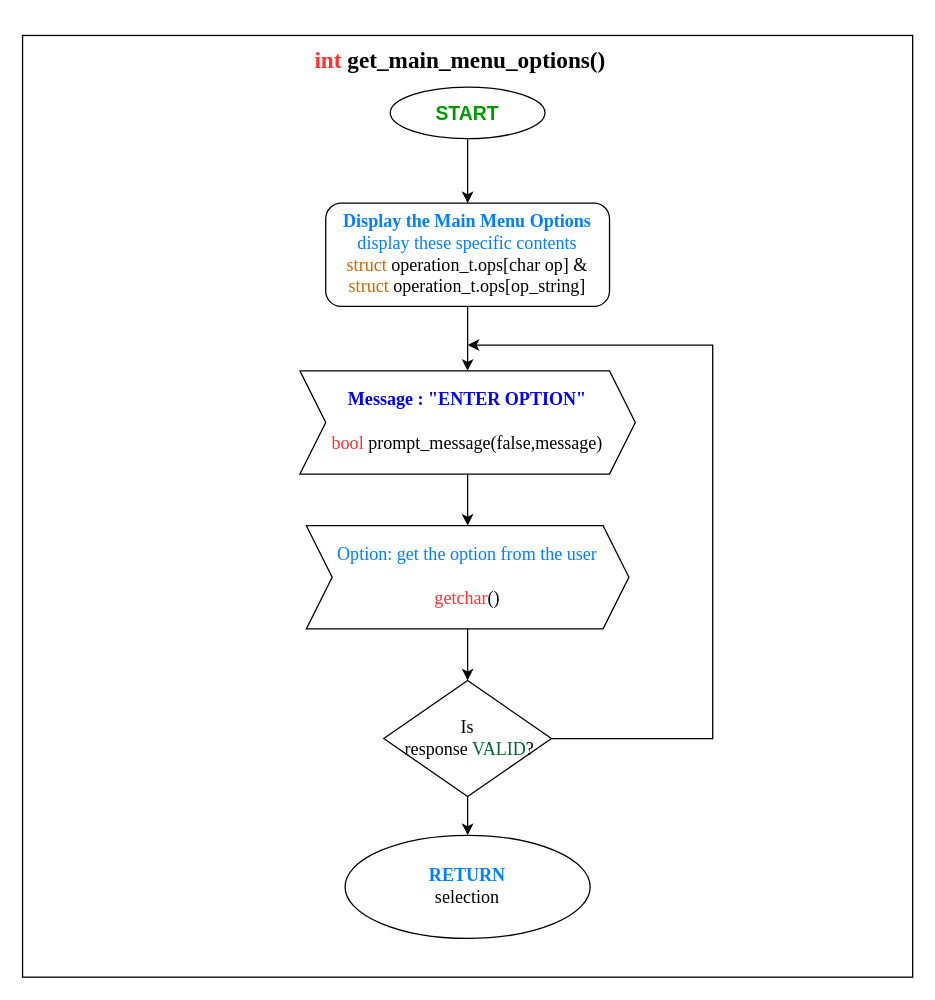
Above: page "Page-1" (1 of 2) of MONICA._flowchart_after_tsdone.drawio in francis-job/MONICA_Design-Analysis (draw.io), before the change. Source tidied: cells renumbered, new cells numbered last; positions are measured from the earlier drawing's top-left corner, leaving out a move shared by most shapes. Both pictures are drawn from the tidied source at 129%, with x=0, y=0 at pixel (22, 35).
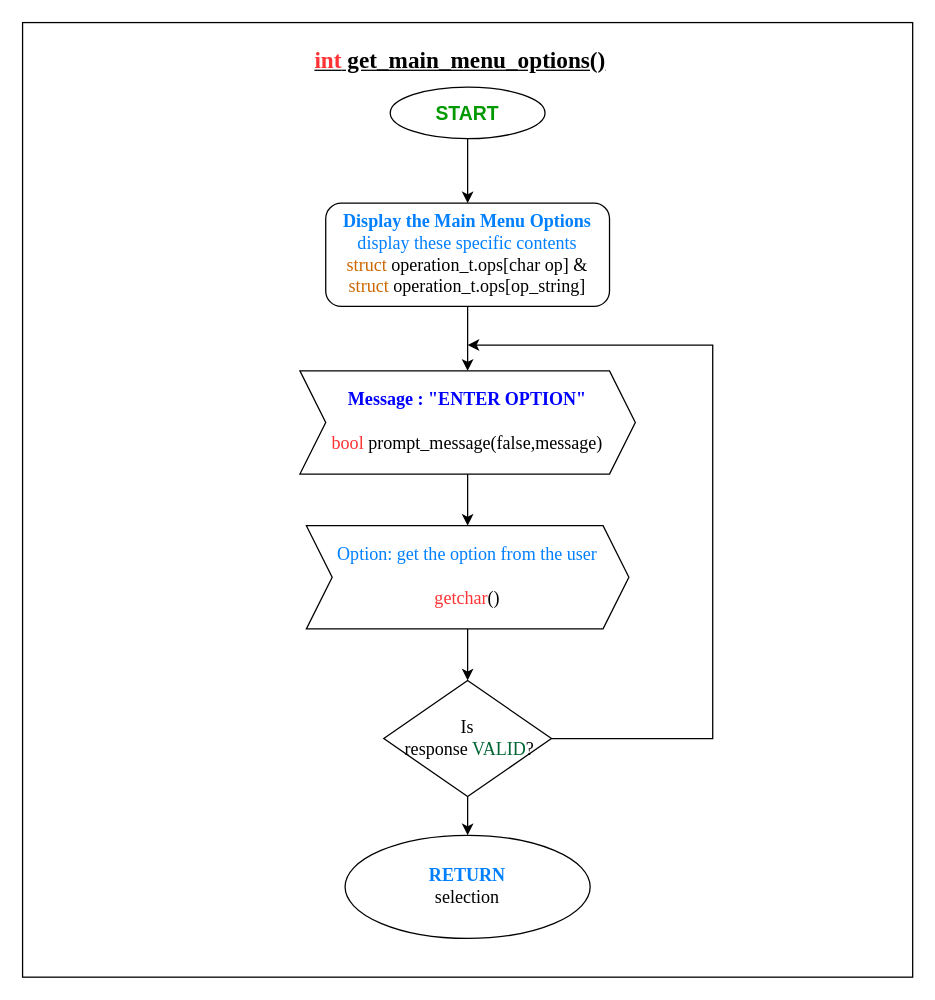
After the change.

Diff of the diagram source:
```diff
@@
 <mxGraphModel>
   <root>
     <mxCell id="0" />
     <mxCell id="1" parent="0" />
     <mxCell id="2" style="rounded=0;whiteSpace=wrap;html=1;" parent="1" vertex="1">
-      <mxGeometry width="690" height="730" as="geometry" />
+      <mxGeometry y="-10" width="690" height="740" as="geometry" />
     </mxCell>
     <mxCell id="3" style="edgeStyle=orthogonalEdgeStyle;rounded=0;jettySize=auto;html=1;exitX=0.5;exitY=1;exitDx=0;exitDy=0;entryX=0.5;entryY=0;entryDx=0;entryDy=0;" parent="1" edge="1" source="4">
       <mxGeometry relative="1" as="geometry">
         <mxPoint x="345" y="130" as="targetPoint" />
       </mxGeometry>
     </mxCell>
     <mxCell id="4" value="&lt;b&gt;&lt;font color=&quot;#009900&quot; style=&quot;font-size: 15px&quot;&gt;START&lt;/font&gt;&lt;/b&gt;" style="ellipse;whiteSpace=wrap;html=1;" parent="1" vertex="1">
       <mxGeometry x="285" y="40" width="120" height="40" as="geometry" />
     </mxCell>
     <mxCell id="5" style="edgeStyle=orthogonalEdgeStyle;rounded=0;jettySize=auto;html=1;exitX=0.5;exitY=1;exitDx=0;exitDy=0;" parent="1" edge="1" source="6" target="13">
       <mxGeometry relative="1" as="geometry" />
     </mxCell>
     <mxCell id="6" value="&lt;font face=&quot;Times New Roman&quot; style=&quot;font-size: 14px&quot;&gt;&lt;b&gt;&lt;font color=&quot;#0000ff&quot; style=&quot;font-size: 14px&quot;&gt;Message : &quot;ENTER OPTION&quot;&lt;/font&gt;&lt;br&gt;&lt;/b&gt;&lt;br&gt;&lt;font color=&quot;#ff3333&quot; style=&quot;font-size: 14px&quot;&gt;bool&lt;/font&gt; prompt_message(false,message)&lt;/font&gt;" style="shape=step;perimeter=stepPerimeter;whiteSpace=wrap;html=1;fixedSize=1;" parent="1" vertex="1">
       <mxGeometry x="215" y="260" width="260" height="80" as="geometry" />
     </mxCell>
     <mxCell id="7" style="edgeStyle=orthogonalEdgeStyle;rounded=0;jettySize=auto;html=1;exitX=0.5;exitY=1;exitDx=0;exitDy=0;entryX=0.5;entryY=0;entryDx=0;entryDy=0;" parent="1" edge="1" source="8" target="6">
       <mxGeometry relative="1" as="geometry" />
     </mxCell>
     <mxCell id="8" value="&lt;font face=&quot;Times New Roman&quot; style=&quot;font-size: 14px&quot;&gt;&lt;font color=&quot;#007fff&quot; style=&quot;font-size: 14px&quot;&gt;&lt;b&gt;Display&amp;nbsp;the Main Menu Options&lt;br&gt;&lt;/b&gt;display these specific contents&lt;br&gt;&lt;/font&gt;&lt;font color=&quot;#cc6600&quot; style=&quot;font-size: 14px&quot;&gt;struct&lt;/font&gt;&lt;span&gt;&amp;nbsp;operation_t.ops[char op] &amp;amp;&lt;/span&gt;&lt;br&gt;&lt;font color=&quot;#cc6600&quot; style=&quot;font-size: 14px&quot;&gt;struct&lt;/font&gt;&lt;span&gt;&amp;nbsp;operation_t.ops[op_string]&lt;/span&gt;&lt;/font&gt;" style="rounded=1;whiteSpace=wrap;html=1;" parent="1" vertex="1">
       <mxGeometry x="235" y="130" width="220" height="80" as="geometry" />
     </mxCell>
     <mxCell id="9" style="edgeStyle=orthogonalEdgeStyle;rounded=0;jettySize=auto;html=1;exitX=1;exitY=0.5;exitDx=0;exitDy=0;" parent="1" edge="1" source="11">
       <mxGeometry relative="1" as="geometry">
         <mxPoint x="345" y="240" as="targetPoint" />
         <Array as="points">
           <mxPoint x="535" y="545" />
           <mxPoint x="535" y="240" />
         </Array>
       </mxGeometry>
     </mxCell>
     <mxCell id="10" style="edgeStyle=orthogonalEdgeStyle;rounded=0;jettySize=auto;html=1;exitX=0.5;exitY=1;exitDx=0;exitDy=0;entryX=0.5;entryY=0;entryDx=0;entryDy=0;" parent="1" edge="1" source="11">
       <mxGeometry relative="1" as="geometry">
         <mxPoint x="345" y="620" as="targetPoint" />
       </mxGeometry>
     </mxCell>
     <mxCell id="11" value="&lt;font face=&quot;Times New Roman&quot; style=&quot;font-size: 14px&quot;&gt;Is&lt;br&gt;&amp;nbsp;response &lt;font style=&quot;font-size: 14px&quot; color=&quot;#006633&quot;&gt;VALID&lt;/font&gt;?&lt;/font&gt;" style="rhombus;whiteSpace=wrap;html=1;" parent="1" vertex="1">
       <mxGeometry x="280" y="500" width="130" height="90" as="geometry" />
     </mxCell>
     <mxCell id="12" style="edgeStyle=orthogonalEdgeStyle;rounded=0;jettySize=auto;html=1;exitX=0.5;exitY=1;exitDx=0;exitDy=0;" parent="1" edge="1" source="13" target="11">
       <mxGeometry relative="1" as="geometry" />
     </mxCell>
     <mxCell id="13" value="&lt;font style=&quot;font-size: 14px&quot; face=&quot;Times New Roman&quot;&gt;&lt;font color=&quot;#007fff&quot; style=&quot;font-size: 14px&quot;&gt;Option: get the option from the user&lt;br&gt;&lt;/font&gt;&lt;br&gt;&lt;font color=&quot;#ff3333&quot; style=&quot;font-size: 14px&quot;&gt;getchar&lt;/font&gt;()&lt;/font&gt;" style="shape=step;perimeter=stepPerimeter;whiteSpace=wrap;html=1;fixedSize=1;" parent="1" vertex="1">
       <mxGeometry x="220" y="380" width="250" height="80" as="geometry" />
     </mxCell>
     <mxCell id="14" value="&lt;font color=&quot;#007fff&quot; style=&quot;font-family: &amp;#34;times new roman&amp;#34; ; font-size: 14px&quot;&gt;&lt;b&gt;RETURN&lt;/b&gt;&lt;/font&gt;&lt;br style=&quot;font-family: &amp;#34;times new roman&amp;#34; ; font-size: 14px&quot;&gt;&lt;span style=&quot;font-family: &amp;#34;times new roman&amp;#34; ; font-size: 14px&quot;&gt;selection&lt;br&gt;&lt;/span&gt;" style="ellipse;whiteSpace=wrap;html=1;" parent="1" vertex="1">
       <mxGeometry x="250" y="620" width="190" height="80" as="geometry" />
     </mxCell>
-    <mxCell id="15" value="&lt;font face=&quot;Times New Roman&quot; size=&quot;1&quot;&gt;&lt;b style=&quot;font-size: 18px&quot;&gt;&lt;font color=&quot;#ff3333&quot;&gt;int&lt;/font&gt; get_main_menu_options()&lt;/b&gt;&lt;/font&gt;" style="text;html=1;align=center;verticalAlign=middle;fillColor=none;strokeColor=none;rounded=0;" parent="1" vertex="1">
+    <mxCell id="15" value="&lt;font face=&quot;Times New Roman&quot; size=&quot;1&quot;&gt;&lt;b style=&quot;font-size: 18px&quot;&gt;&lt;u&gt;&lt;font color=&quot;#ff3333&quot;&gt;int&lt;/font&gt; get_main_menu_options()&lt;/u&gt;&lt;/b&gt;&lt;/font&gt;" style="text;html=1;align=center;verticalAlign=middle;fillColor=none;strokeColor=none;rounded=0;" parent="1" vertex="1">
       <mxGeometry x="219" y="10" width="240" height="20" as="geometry" />
     </mxCell>
   </root>
 </mxGraphModel>
```
